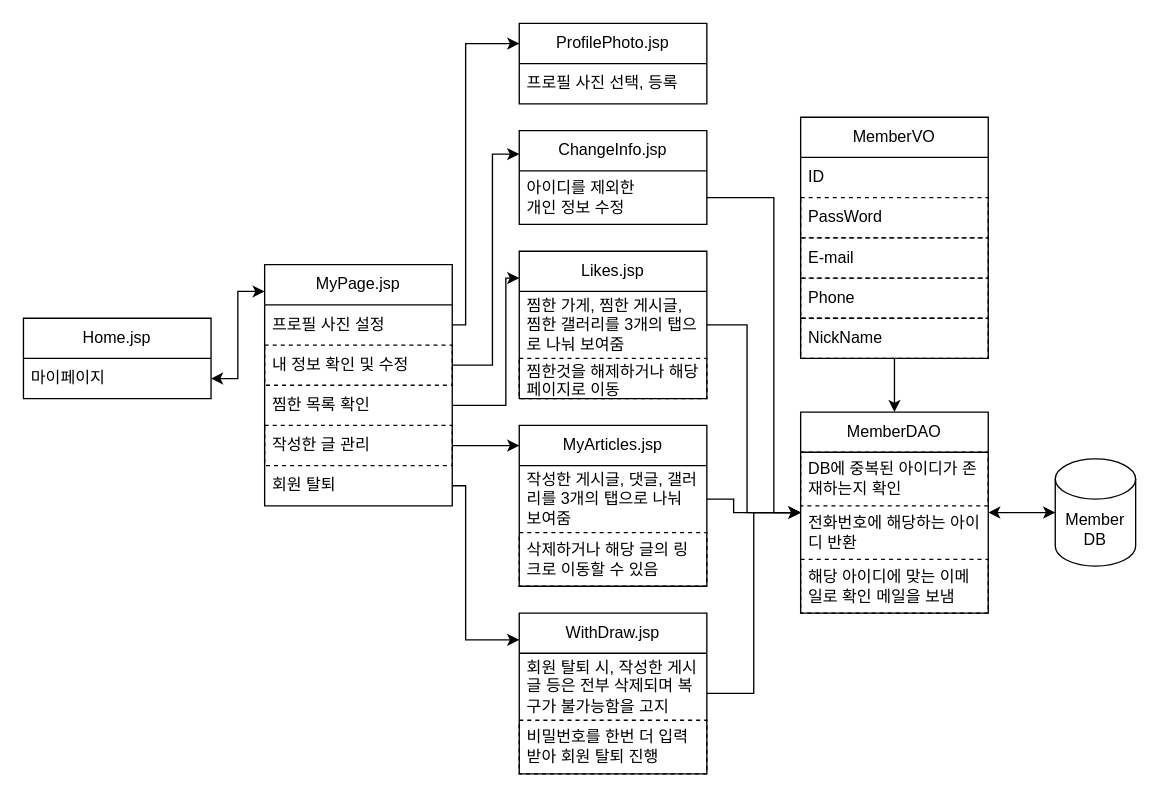
Before: diagram/Profile.drawio in kr1124/DessertHub, a draw.io diagram. Source tidied: cells renumbered, new cells numbered last; positions are measured from the earlier drawing's top-left corner, leaving out a move shared by most shapes. Both pictures are drawn from the tidied source at 134%, with x=0, y=0 at pixel (23, 23).
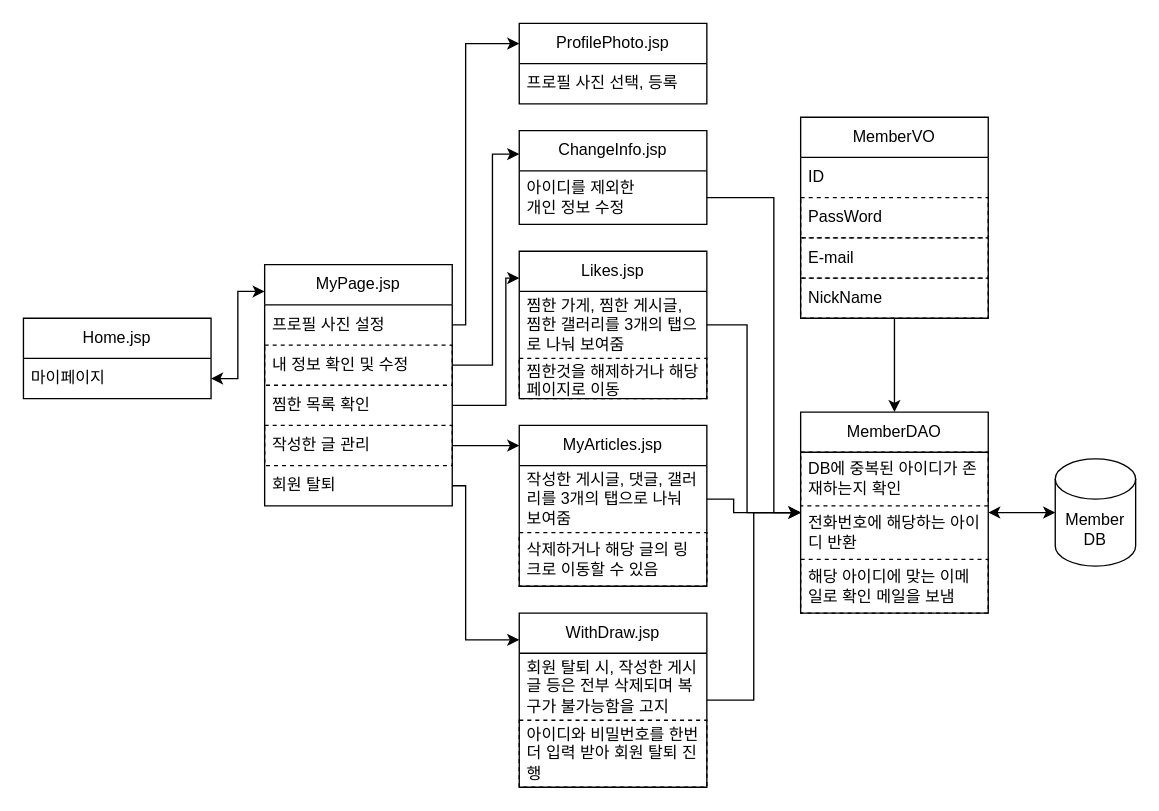
The same diagram, later.

What changed in the source:
```diff
@@
     <mxCell id="11" value="MemberVO" style="swimlane;fontStyle=0;horizontal=1;startSize=30;whiteSpace=wrap;html=1;" parent="1" vertex="1">
-      <mxGeometry x="580" y="70" width="140" height="180" as="geometry" />
+      <mxGeometry x="580" y="70" width="140" height="150" as="geometry" />
     </mxCell>
@@
-    <mxCell id="15" value="Phone" style="text;strokeColor=default;fillColor=none;align=left;verticalAlign=middle;spacingLeft=4;spacingRight=4;overflow=hidden;whiteSpace=wrap;html=1;dashed=1;" parent="11" vertex="1">
-      <mxGeometry y="120" width="140" height="30" as="geometry" />
-    </mxCell>
     <mxCell id="16" value="NickName" style="text;strokeColor=default;fillColor=none;align=left;verticalAlign=middle;spacingLeft=4;spacingRight=4;overflow=hidden;whiteSpace=wrap;html=1;dashed=1;" parent="11" vertex="1">
-      <mxGeometry y="150" width="140" height="30" as="geometry" />
+      <mxGeometry y="120" width="140" height="30" as="geometry" />
     </mxCell>
@@
     <mxCell id="35" value="&lt;div&gt;WithDraw.jsp&lt;/div&gt;" style="swimlane;fontStyle=0;horizontal=1;startSize=30;whiteSpace=wrap;html=1;" parent="1" vertex="1">
-      <mxGeometry x="370" y="440" width="140" height="120" as="geometry" />
+      <mxGeometry x="370" y="440" width="140" height="130" as="geometry" />
     </mxCell>
@@
-    <mxCell id="37" value="비밀번호를 한번 더 입력 받아 회원 탈퇴 진행" style="text;strokeColor=default;fillColor=none;align=left;verticalAlign=middle;spacingLeft=4;spacingRight=4;overflow=hidden;whiteSpace=wrap;html=1;dashed=1;" parent="35" vertex="1">
-      <mxGeometry y="80" width="140" height="40" as="geometry" />
+    <mxCell id="37" value="아이디와 비밀번호를 한번 더 입력 받아 회원 탈퇴 진행" style="text;strokeColor=default;fillColor=none;align=left;verticalAlign=middle;spacingLeft=4;spacingRight=4;overflow=hidden;whiteSpace=wrap;html=1;dashed=1;" parent="35" vertex="1">
+      <mxGeometry y="80" width="140" height="50" as="geometry" />
     </mxCell>
```
